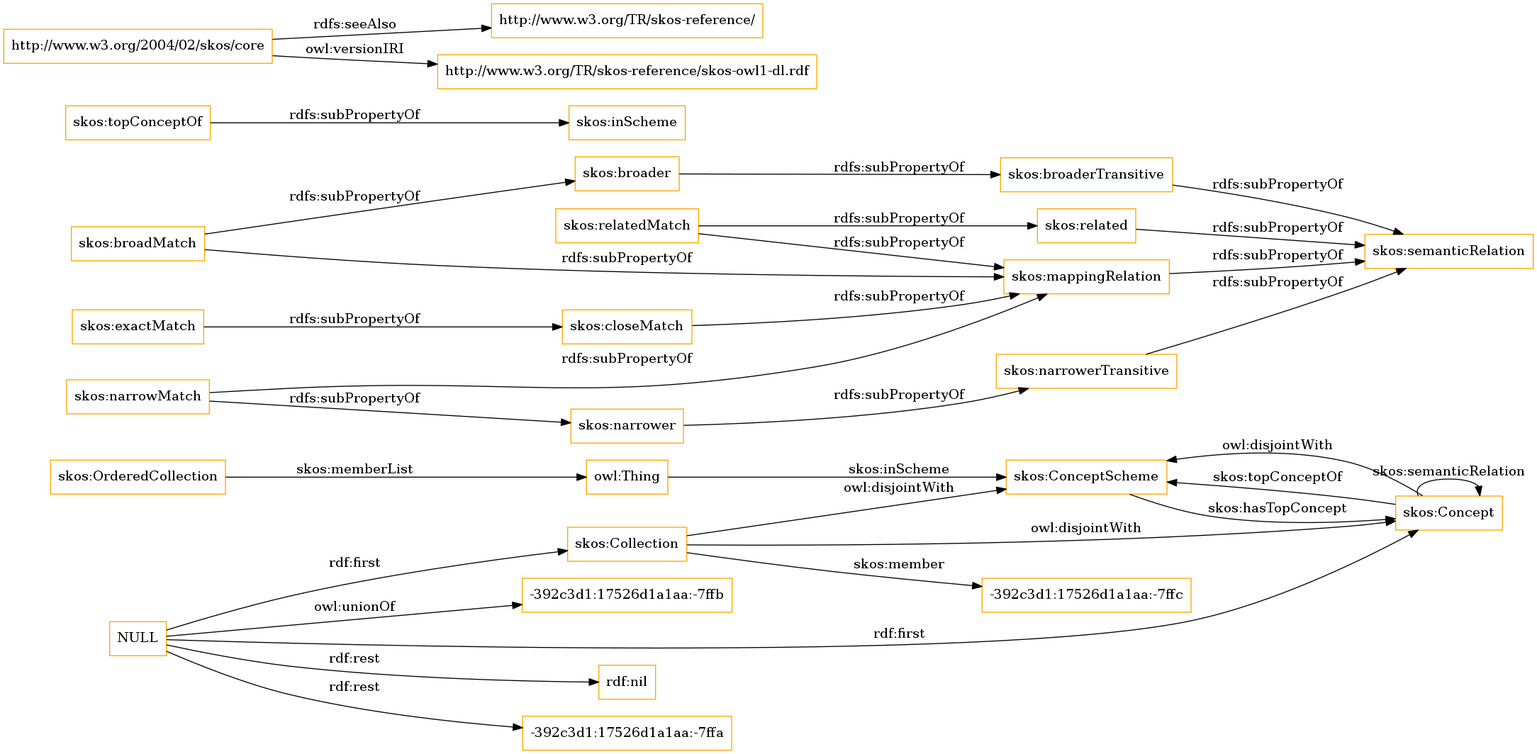
Above: OnToology/imports/skos.owl/diagrams/ar2dtool-class/skos.owl.png in OnToologyUser/core-ontology-1 (Graphviz), before the change. Its source is kept beside it as OnToology/imports/skos.owl/diagrams/ar2dtool-class/skos.owl.png.dot.
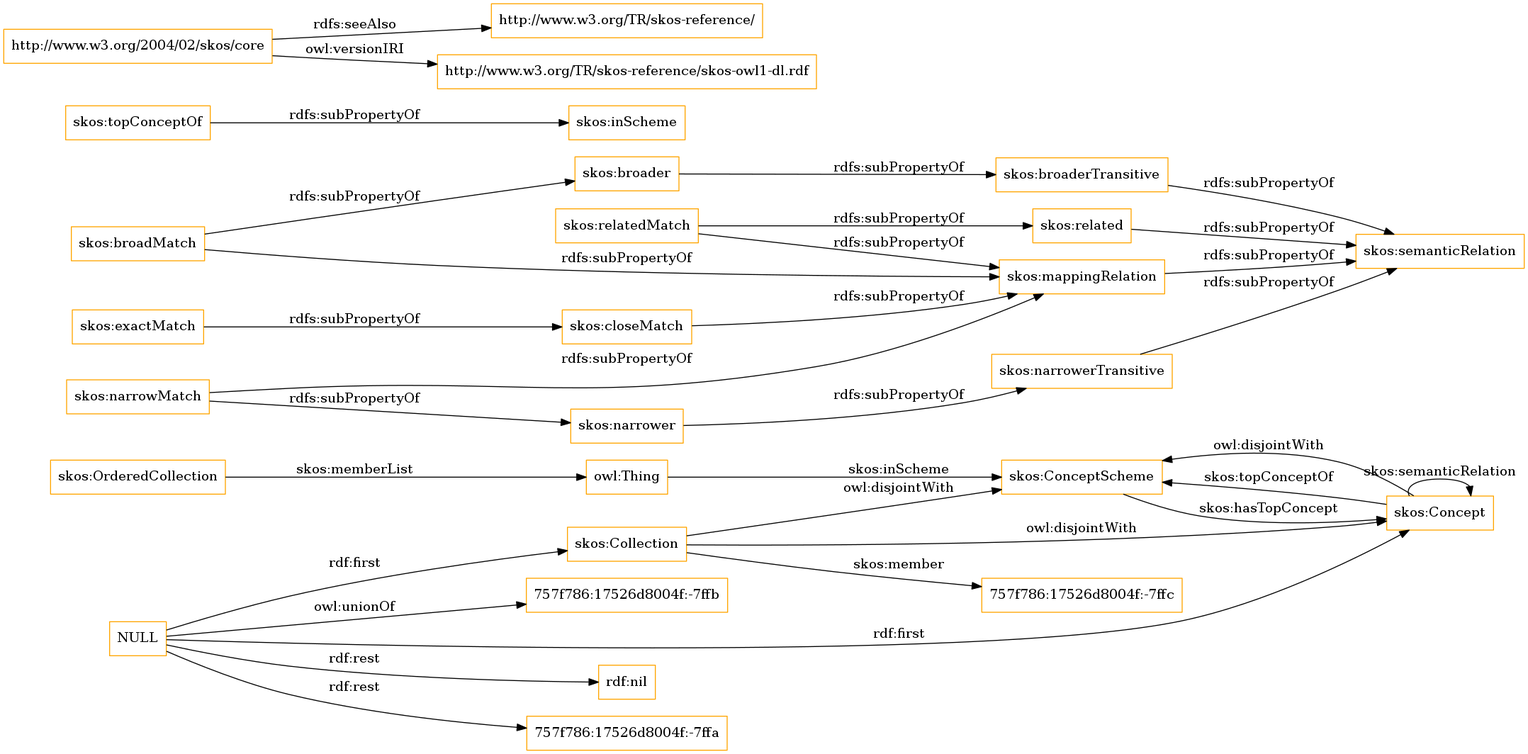
Above is the later version.

What changed in the source:
```diff
@@ -1,13 +1,13 @@
 digraph ar2dtool_diagram {
 rankdir=LR;
 size="1501"
-node [shape = rectangle, color="orange"]; "skos:OrderedCollection" "skos:ConceptScheme" "skos:Concept" "skos:Collection" "-392c3d1:17526d1a1aa:-7ffc" ; /*classes style*/
+node [shape = rectangle, color="orange"]; "skos:OrderedCollection" "skos:ConceptScheme" "skos:Concept" "skos:Collection" "757f786:17526d8004f:-7ffc" ; /*classes style*/
 	"skos:narrowerTransitive" -> "skos:semanticRelation" [ label = "rdfs:subPropertyOf" ];
 	"NULL" -> "rdf:nil" [ label = "rdf:rest" ];
 	"NULL" -> "skos:Concept" [ label = "rdf:first" ];
-	"NULL" -> "-392c3d1:17526d1a1aa:-7ffa" [ label = "rdf:rest" ];
+	"NULL" -> "757f786:17526d8004f:-7ffa" [ label = "rdf:rest" ];
 	"NULL" -> "skos:Collection" [ label = "rdf:first" ];
-	"NULL" -> "-392c3d1:17526d1a1aa:-7ffb" [ label = "owl:unionOf" ];
+	"NULL" -> "757f786:17526d8004f:-7ffb" [ label = "owl:unionOf" ];
 	"skos:closeMatch" -> "skos:mappingRelation" [ label = "rdfs:subPropertyOf" ];
 	"skos:Concept" -> "skos:ConceptScheme" [ label = "owl:disjointWith" ];
 	"skos:relatedMatch" -> "skos:related" [ label = "rdfs:subPropertyOf" ];
@@ -30,7 +30,7 @@
 	"skos:OrderedCollection" -> "owl:Thing" [ label = "skos:memberList" ];
 	"skos:Concept" -> "skos:ConceptScheme" [ label = "skos:topConceptOf" ];
 	"skos:Concept" -> "skos:Concept" [ label = "skos:semanticRelation" ];
-	"skos:Collection" -> "-392c3d1:17526d1a1aa:-7ffc" [ label = "skos:member" ];
+	"skos:Collection" -> "757f786:17526d8004f:-7ffc" [ label = "skos:member" ];
 	"skos:ConceptScheme" -> "skos:Concept" [ label = "skos:hasTopConcept" ];
 	"owl:Thing" -> "skos:ConceptScheme" [ label = "skos:inScheme" ];
 
```
